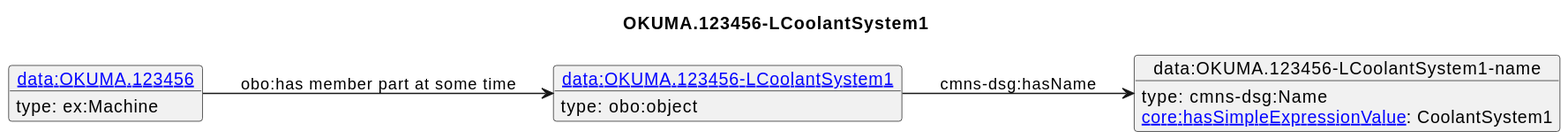
This is diagrams/OKUMA.123456-LCoolantSystem1.svg from iofoundry/example-syseng-mtconnect, a PlantUML export, as it was before one commit. Its diagram source:
```plantuml
@startuml
skinparam linetype polyline
left to right direction
title OKUMA.123456-LCoolantSystem1
object "[[./OKUMA.123456-LCoolantSystem1.html data:OKUMA.123456-LCoolantSystem1]]" as o1 {
 type: obo:object
}
object "data:OKUMA.123456-LCoolantSystem1-name" as o2 {
 type: cmns-dsg:Name
}
object "[[./OKUMA.123456.html data:OKUMA.123456]]" as o3 {
 type: ex:Machine
}
o1 --> o2 : cmns-dsg:hasName
o2 : [[https://spec.industrialontologies.org/ontology/core/Core/hasSimpleExpressionValue core:hasSimpleExpressionValue]]: CoolantSystem1
o3 --> o1 : obo:has member part at some time
@enduml
```
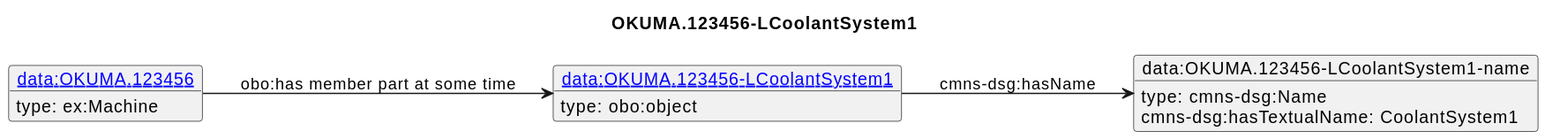
The same file after the commit.

Change to the diagram source:
```diff
@@ -12,6 +12,6 @@
  type: ex:Machine
 }
 o1 --> o2 : cmns-dsg:hasName
-o2 : [[https://spec.industrialontologies.org/ontology/core/Core/hasSimpleExpressionValue core:hasSimpleExpressionValue]]: CoolantSystem1
+o2 : cmns-dsg:hasTextualName: CoolantSystem1
 o3 --> o1 : obo:has member part at some time
 @enduml
```
